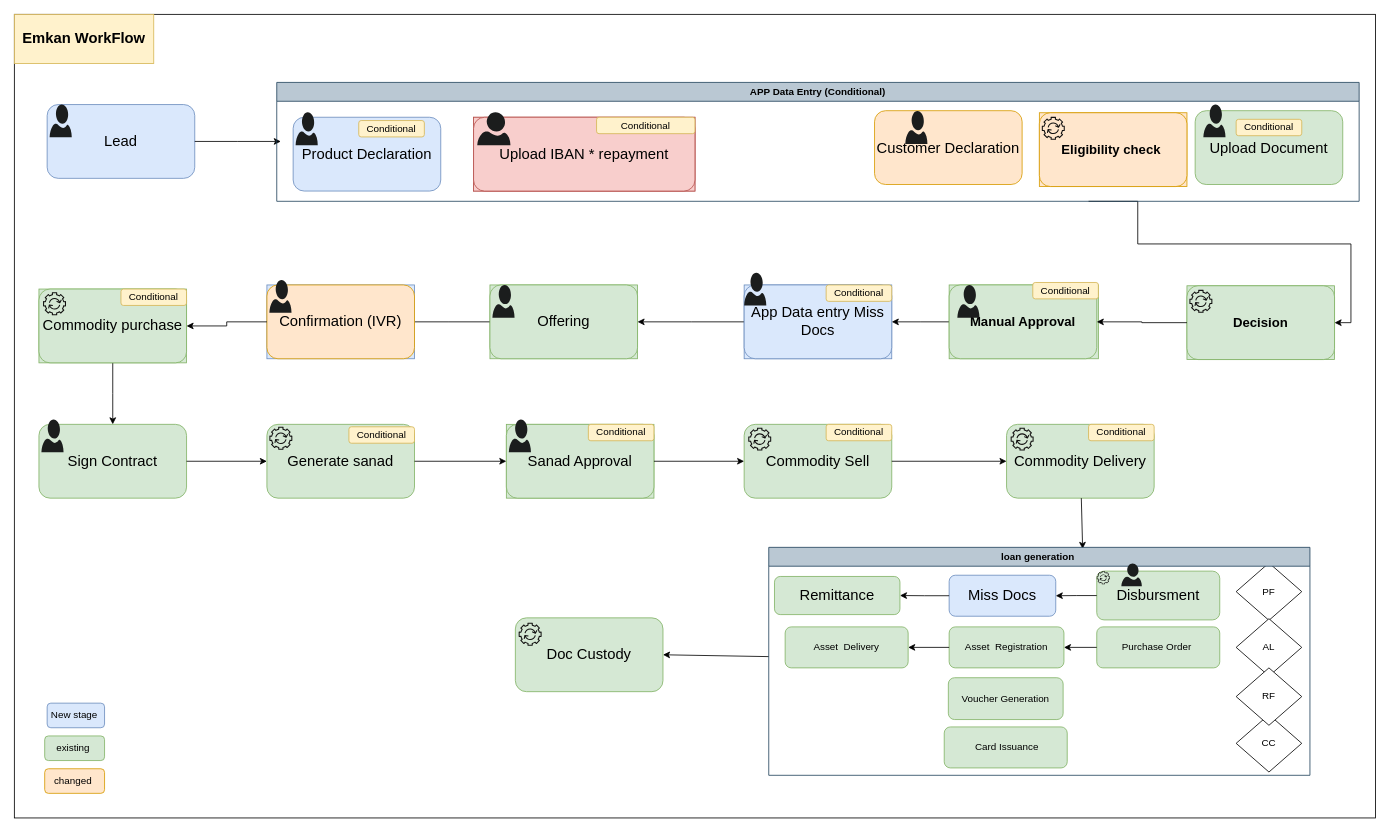
This is page "WorkFlow" (2 of 9) of decision.drawio from MHosnii/DrawIo, a draw.io file, before an edit. Source tidied: cells renumbered, new cells numbered last; positions are measured from the earlier drawing's top-left corner, leaving out a move shared by most shapes. Both pictures are drawn from the tidied source at 82%, with x=0, y=0 at pixel (14, 14).
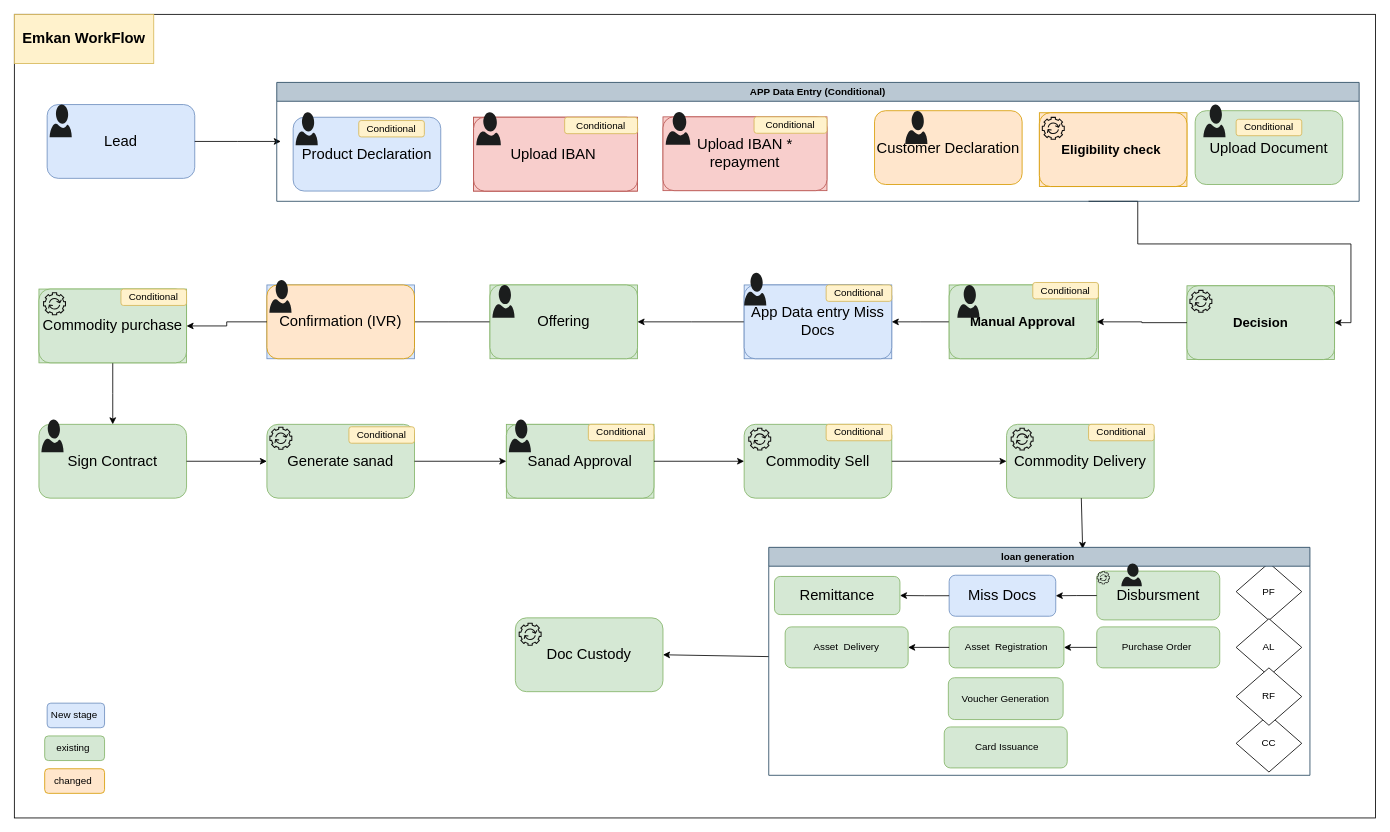
After the change.

Unchanged cells that the change refers to:
```xml
<mxCell id="76" value="APP Data Entry (Conditional)" style="swimlane;whiteSpace=wrap;html=1;startSize=23;fillColor=#bac8d3;strokeColor=#23445d;" parent="1" vertex="1">
  <mxGeometry x="320" y="83" width="1320" height="145" as="geometry" />
</mxCell>
```

Change to the diagram source:
```diff
@@
     <mxCell id="18" style="group;fillColor=#f8cecc;strokeColor=#b85450;" parent="1" vertex="1">
-      <mxGeometry x="560" y="125.5" width="270" height="90" as="geometry" />
+      <mxGeometry x="560" y="125.5" width="200" height="90" as="geometry" />
     </mxCell>
     <mxCell id="19" style="group;fillColor=#f8cecc;strokeColor=#b85450;" parent="18" vertex="1">
-      <mxGeometry width="270" height="90" as="geometry" />
+      <mxGeometry width="200" height="90" as="geometry" />
     </mxCell>
-    <mxCell id="20" value="&lt;font style=&quot;font-size: 18px;&quot;&gt;Upload IBAN * repayment&lt;/font&gt;" style="rounded=1;whiteSpace=wrap;html=1;fillColor=#f8cecc;strokeColor=#b85450;" parent="19" vertex="1">
-      <mxGeometry width="270" height="90" as="geometry" />
+    <mxCell id="20" value="&lt;font style=&quot;font-size: 18px;&quot;&gt;Upload IBAN&amp;nbsp;&lt;/font&gt;" style="rounded=1;whiteSpace=wrap;html=1;fillColor=#f8cecc;strokeColor=#b85450;" parent="19" vertex="1">
+      <mxGeometry width="200" height="90" as="geometry" />
     </mxCell>
     <mxCell id="21" style="verticalLabelPosition=bottom;html=1;verticalAlign=top;align=center;strokeColor=none;fillColor=#1b1d1d;shape=mxgraph.azure.user;" parent="19" vertex="1">
-      <mxGeometry x="4.5" y="-6" width="40.5" height="40" as="geometry" />
+      <mxGeometry x="3.3" y="-6" width="30" height="40" as="geometry" />
     </mxCell>
     <mxCell id="22" value="Conditional" style="rounded=1;whiteSpace=wrap;html=1;fillColor=#fff2cc;strokeColor=#d6b656;" parent="19" vertex="1">
-      <mxGeometry x="150" width="120" height="20" as="geometry" />
+      <mxGeometry x="111.1" width="88.9" height="20" as="geometry" />
     </mxCell>
@@
+    <mxCell id="120" style="group;fillColor=#f8cecc;strokeColor=#b85450;" parent="76" vertex="1">
+      <mxGeometry x="471" y="42" width="200" height="90" as="geometry" />
+    </mxCell>
+    <mxCell id="121" value="&lt;font style=&quot;font-size: 18px;&quot;&gt;Upload IBAN * repayment&lt;/font&gt;" style="rounded=1;whiteSpace=wrap;html=1;fillColor=#f8cecc;strokeColor=#b85450;" parent="120" vertex="1">
+      <mxGeometry width="200" height="90" as="geometry" />
+    </mxCell>
+    <mxCell id="122" style="verticalLabelPosition=bottom;html=1;verticalAlign=top;align=center;strokeColor=none;fillColor=#1b1d1d;shape=mxgraph.azure.user;" parent="120" vertex="1">
+      <mxGeometry x="3.3" y="-6" width="30" height="40" as="geometry" />
+    </mxCell>
+    <mxCell id="123" value="Conditional" style="rounded=1;whiteSpace=wrap;html=1;fillColor=#fff2cc;strokeColor=#d6b656;" parent="120" vertex="1">
+      <mxGeometry x="111.1" width="88.9" height="20" as="geometry" />
+    </mxCell>
```
